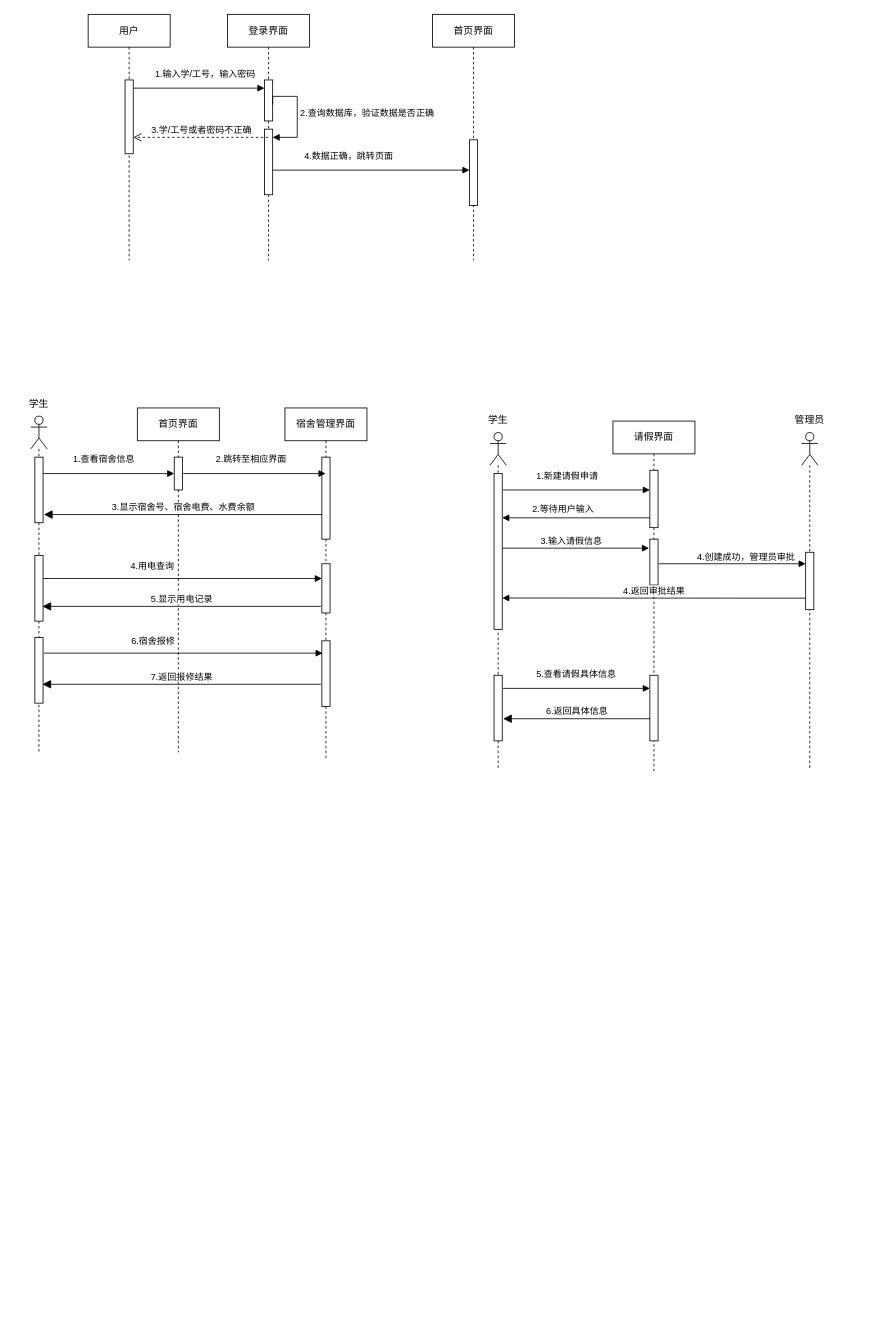
Huangzhu-zhu/- keeps this draw.io diagram as 顺序图（开发组）.drawio. Above is the earlier version. Source tidied: cells renumbered, new cells numbered last; positions are measured from the earlier drawing's top-left corner, leaving out a move shared by most shapes. Both pictures are drawn from the tidied source at 82%, with x=0, y=0 at pixel (14, 14).
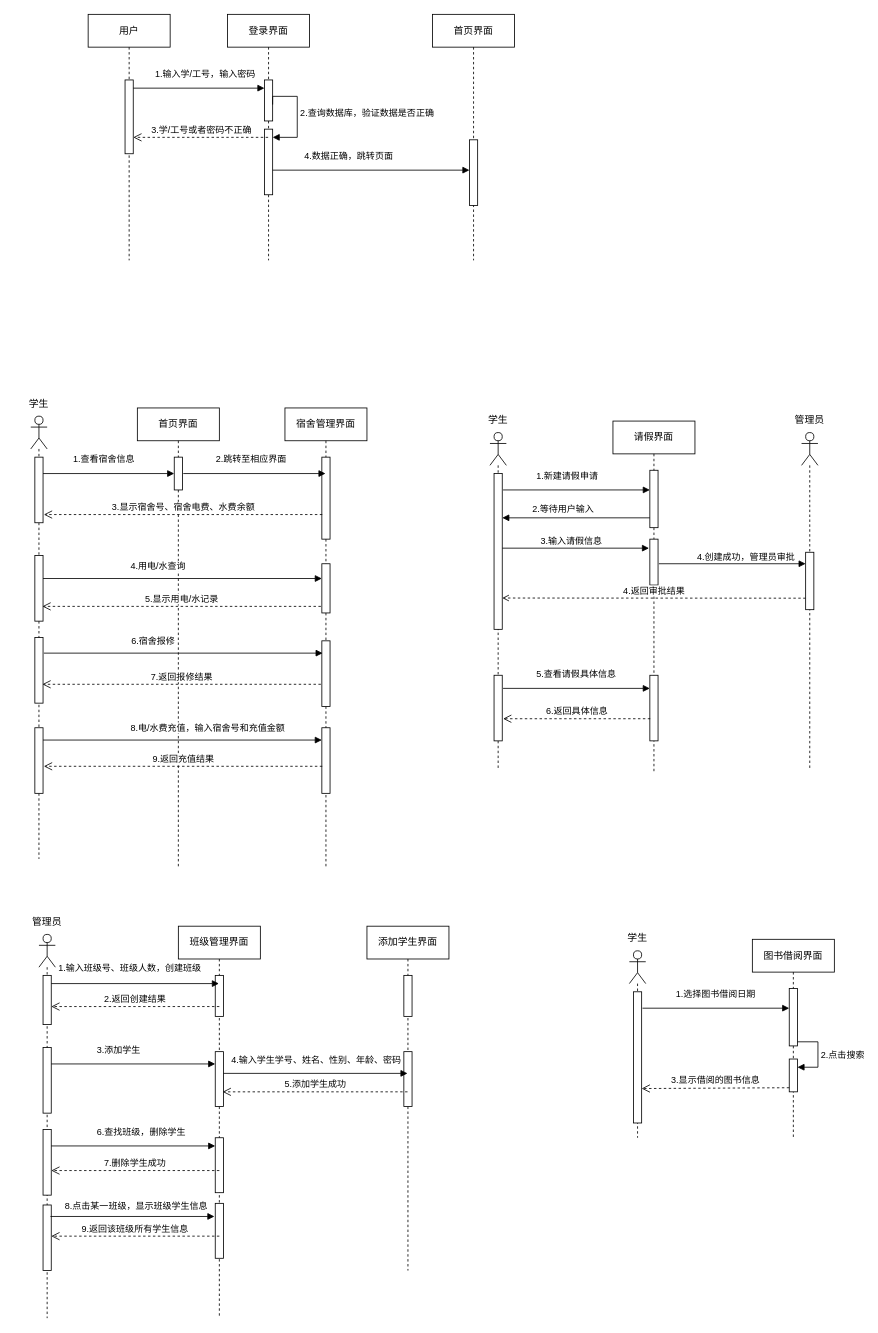
The same diagram, later.

Commit message (it also covers changes not shown here):
更新顺序图（开发组）.drawio

Change to the diagram source:
```diff
@@
     <mxCell id="10" style="shape=umlLifeline;perimeter=lifelinePerimeter;whiteSpace=wrap;html=1;newEdgeStyle={&quot;curved&quot;:0,&quot;rounded&quot;:0};participant=umlActor;" parent="1" vertex="1">
-      <mxGeometry x="20" y="490" width="20" height="410" as="geometry" />
+      <mxGeometry x="20" y="490" width="20" height="540" as="geometry" />
     </mxCell>
@@
+    <mxCell id="49" style="html=1;perimeter=orthogonalPerimeter;targetShapes=umlLifeline;newEdgeStyle={&quot;curved&quot;:0,&quot;rounded&quot;:0};" parent="10" vertex="1">
+      <mxGeometry x="5" y="380" width="10" height="80" as="geometry" />
+    </mxCell>
     <mxCell id="14" value="首页界面" style="shape=umlLifeline;perimeter=lifelinePerimeter;whiteSpace=wrap;html=1;newEdgeStyle={&quot;curved&quot;:0,&quot;rounded&quot;:0};" parent="1" vertex="1">
-      <mxGeometry x="150" y="480" width="100" height="420" as="geometry" />
+      <mxGeometry x="150" y="480" width="100" height="560" as="geometry" />
     </mxCell>
@@
     <mxCell id="17" value="宿舍管理界面" style="shape=umlLifeline;perimeter=lifelinePerimeter;whiteSpace=wrap;html=1;outlineConnect=0;portConstraint=eastwest;newEdgeStyle={&quot;curved&quot;:0,&quot;rounded&quot;:0};" parent="1" vertex="1">
-      <mxGeometry x="330" y="480" width="100" height="430" as="geometry" />
+      <mxGeometry x="330" y="480" width="100" height="560" as="geometry" />
     </mxCell>
@@
+    <mxCell id="50" style="html=1;perimeter=orthogonalPerimeter;targetShapes=umlLifeline;newEdgeStyle={&quot;curved&quot;:0,&quot;rounded&quot;:0};" parent="17" vertex="1">
+      <mxGeometry x="45" y="390" width="10" height="80" as="geometry" />
+    </mxCell>
@@
-    <mxCell id="23" value="3.显示宿舍号、宿舍电费、水费余额" style="html=1;verticalAlign=bottom;endArrow=block;endSize=8;curved=0;rounded=0;endFill=1;" parent="1" edge="1">
+    <mxCell id="23" value="3.显示宿舍号、宿舍电费、水费余额" style="html=1;verticalAlign=bottom;endArrow=open;endSize=8;curved=0;rounded=0;endFill=0;dashed=1;" parent="1" edge="1">
       <mxGeometry relative="1" as="geometry">
         <mxPoint x="375.5" y="610" as="sourcePoint" />
         <mxPoint x="36" y="610" as="targetPoint" />
       </mxGeometry>
     </mxCell>
-    <mxCell id="24" value="4.用电查询" style="endArrow=block;endFill=1;html=1;align=left;verticalAlign=top;rounded=0;" parent="1" edge="1">
+    <mxCell id="24" value="4.用电/水查询" style="endArrow=block;endFill=1;html=1;align=left;verticalAlign=top;rounded=0;" parent="1" edge="1">
       <mxGeometry x="-0.38" y="28" relative="1" as="geometry">
         <mxPoint x="35" y="688" as="sourcePoint" />
         <mxPoint x="375" y="688" as="targetPoint" />
       </mxGeometry>
     </mxCell>
-    <mxCell id="25" value="5.显示用电记录" style="html=1;verticalAlign=bottom;endArrow=block;endSize=8;curved=0;rounded=0;endFill=1;" parent="1" edge="1">
+    <mxCell id="25" value="5.显示用电/水记录" style="html=1;verticalAlign=bottom;endArrow=open;endSize=8;curved=0;rounded=0;endFill=0;dashed=1;" parent="1" edge="1">
       <mxGeometry relative="1" as="geometry">
         <mxPoint x="373.8" y="722" as="sourcePoint" />
         <mxPoint x="34.2" y="722" as="targetPoint" />
       </mxGeometry>
     </mxCell>
@@
-    <mxCell id="27" value="7.返回报修结果" style="html=1;verticalAlign=bottom;endArrow=block;endSize=8;curved=0;rounded=0;endFill=1;" parent="1" edge="1">
+    <mxCell id="27" value="7.返回报修结果" style="html=1;verticalAlign=bottom;endArrow=open;endSize=8;curved=0;rounded=0;endFill=0;dashed=1;" parent="1" edge="1">
       <mxGeometry relative="1" as="geometry">
         <mxPoint x="373.8" y="817" as="sourcePoint" />
         <mxPoint x="34.2" y="817" as="targetPoint" />
       </mxGeometry>
     </mxCell>
@@
-    <mxCell id="37" value="4.返回审批结果" style="html=1;verticalAlign=bottom;endArrow=block;curved=0;rounded=0;endFill=1;" parent="1" edge="1">
+    <mxCell id="37" value="4.返回审批结果" style="html=1;verticalAlign=bottom;endArrow=open;curved=0;rounded=0;endFill=0;dashed=1;" parent="1" edge="1">
       <mxGeometry relative="1" as="geometry">
         <mxPoint x="965" y="712" as="sourcePoint" />
         <mxPoint x="595" y="711.8" as="targetPoint" />
       </mxGeometry>
     </mxCell>
@@
-    <mxCell id="48" value="6.返回具体信息" style="html=1;verticalAlign=bottom;endArrow=block;endSize=8;curved=0;rounded=0;endFill=1;" parent="1" edge="1">
+    <mxCell id="48" value="6.返回具体信息" style="html=1;verticalAlign=bottom;endArrow=open;endSize=8;curved=0;rounded=0;endFill=0;dashed=1;" parent="1" edge="1">
       <mxGeometry relative="1" as="geometry">
         <mxPoint x="775.5" y="859" as="sourcePoint" />
         <mxPoint x="596" y="859" as="targetPoint" />
       </mxGeometry>
     </mxCell>
+    <mxCell id="51" style="shape=umlLifeline;perimeter=lifelinePerimeter;whiteSpace=wrap;html=1;newEdgeStyle={&quot;curved&quot;:0,&quot;rounded&quot;:0};participant=umlActor;" parent="1" vertex="1">
+      <mxGeometry x="30" y="1122" width="20" height="468" as="geometry" />
+    </mxCell>
+    <mxCell id="52" style="html=1;perimeter=orthogonalPerimeter;targetShapes=umlLifeline;newEdgeStyle={&quot;curved&quot;:0,&quot;rounded&quot;:0};" parent="51" vertex="1">
+      <mxGeometry x="5" y="50" width="10" height="60" as="geometry" />
+    </mxCell>
+    <mxCell id="53" style="html=1;points=[[0,0,0,0,5],[0,1,0,0,-5],[1,0,0,0,5],[1,1,0,0,-5]];perimeter=orthogonalPerimeter;outlineConnect=0;targetShapes=umlLifeline;portConstraint=eastwest;newEdgeStyle={&quot;curved&quot;:0,&quot;rounded&quot;:0};" parent="51" vertex="1">
+      <mxGeometry x="5" y="138" width="10" height="80" as="geometry" />
+    </mxCell>
+    <mxCell id="54" style="html=1;perimeter=orthogonalPerimeter;targetShapes=umlLifeline;newEdgeStyle={&quot;curved&quot;:0,&quot;rounded&quot;:0};" parent="51" vertex="1">
+      <mxGeometry x="5" y="238" width="10" height="80" as="geometry" />
+    </mxCell>
+    <mxCell id="55" style="html=1;perimeter=orthogonalPerimeter;targetShapes=umlLifeline;newEdgeStyle={&quot;curved&quot;:0,&quot;rounded&quot;:0};" parent="51" vertex="1">
+      <mxGeometry x="5" y="330" width="10" height="80" as="geometry" />
+    </mxCell>
+    <mxCell id="56" value="管理员" style="text;html=1;strokeColor=none;fillColor=none;align=center;verticalAlign=middle;whiteSpace=wrap;rounded=0;" parent="1" vertex="1">
+      <mxGeometry x="10" y="1092" width="60" height="30" as="geometry" />
+    </mxCell>
+    <mxCell id="57" value="班级管理界面" style="shape=umlLifeline;perimeter=lifelinePerimeter;whiteSpace=wrap;html=1;outlineConnect=0;portConstraint=eastwest;newEdgeStyle={&quot;curved&quot;:0,&quot;rounded&quot;:0};" parent="1" vertex="1">
+      <mxGeometry x="200" y="1112" width="100" height="478" as="geometry" />
+    </mxCell>
+    <mxCell id="58" style="html=1;perimeter=orthogonalPerimeter;targetShapes=umlLifeline;newEdgeStyle={&quot;curved&quot;:0,&quot;rounded&quot;:0};" parent="57" vertex="1">
+      <mxGeometry x="45" y="60" width="10" height="50" as="geometry" />
+    </mxCell>
+    <mxCell id="59" style="html=1;perimeter=orthogonalPerimeter;targetShapes=umlLifeline;newEdgeStyle={&quot;curved&quot;:0,&quot;rounded&quot;:0};" parent="57" vertex="1">
+      <mxGeometry x="45" y="153" width="10" height="67" as="geometry" />
+    </mxCell>
+    <mxCell id="60" style="html=1;perimeter=orthogonalPerimeter;targetShapes=umlLifeline;newEdgeStyle={&quot;curved&quot;:0,&quot;rounded&quot;:0};" parent="57" vertex="1">
+      <mxGeometry x="45" y="258" width="10" height="67" as="geometry" />
+    </mxCell>
+    <mxCell id="61" style="html=1;perimeter=orthogonalPerimeter;targetShapes=umlLifeline;newEdgeStyle={&quot;curved&quot;:0,&quot;rounded&quot;:0};" parent="57" vertex="1">
+      <mxGeometry x="45" y="338" width="10" height="67" as="geometry" />
+    </mxCell>
+    <mxCell id="62" value="8.电/水费充值，输入宿舍号和充值金额" style="endArrow=block;endFill=1;html=1;align=left;verticalAlign=top;rounded=0;" parent="1" edge="1">
+      <mxGeometry x="-0.38" y="28" relative="1" as="geometry">
+        <mxPoint x="35" y="885" as="sourcePoint" />
+        <mxPoint x="375" y="885" as="targetPoint" />
+      </mxGeometry>
+    </mxCell>
+    <mxCell id="63" value="9.返回充值结果" style="html=1;verticalAlign=bottom;endArrow=open;endSize=8;curved=0;rounded=0;endFill=0;dashed=1;" parent="1" edge="1">
+      <mxGeometry relative="1" as="geometry">
+        <mxPoint x="375.5" y="917" as="sourcePoint" />
+        <mxPoint x="36" y="917" as="targetPoint" />
+      </mxGeometry>
+    </mxCell>
+    <mxCell id="64" value="1.输入班级号、班级人数，创建班级" style="endArrow=block;endFill=1;html=1;align=left;verticalAlign=top;rounded=0;" parent="1" edge="1" target="57">
+      <mxGeometry x="-0.93" y="32" relative="1" as="geometry">
+        <mxPoint x="45" y="1182" as="sourcePoint" />
+      </mxGeometry>
+    </mxCell>
+    <mxCell id="65" value="2.返回创建结果" style="html=1;verticalAlign=bottom;endArrow=open;endSize=8;curved=0;rounded=0;endFill=0;dashed=1;" parent="1" edge="1">
+      <mxGeometry relative="1" as="geometry">
+        <mxPoint x="250" y="1210" as="sourcePoint" />
+        <mxPoint x="45" y="1210" as="targetPoint" />
+      </mxGeometry>
+    </mxCell>
+    <mxCell id="66" value="3.添加学生" style="endArrow=block;endFill=1;html=1;align=left;verticalAlign=top;rounded=0;" parent="1" edge="1" source="53">
+      <mxGeometry x="-0.46" y="30" relative="1" as="geometry">
+        <mxPoint x="245" y="1280" as="targetPoint" />
+      </mxGeometry>
+    </mxCell>
+    <mxCell id="67" value="添加学生界面" style="shape=umlLifeline;perimeter=lifelinePerimeter;whiteSpace=wrap;html=1;newEdgeStyle={&quot;curved&quot;:0,&quot;rounded&quot;:0};" parent="1" vertex="1">
+      <mxGeometry x="430" y="1112" width="100" height="420" as="geometry" />
+    </mxCell>
+    <mxCell id="68" style="html=1;perimeter=orthogonalPerimeter;targetShapes=umlLifeline;newEdgeStyle={&quot;curved&quot;:0,&quot;rounded&quot;:0};" parent="67" vertex="1">
+      <mxGeometry x="45" y="60" width="10" height="50" as="geometry" />
+    </mxCell>
+    <mxCell id="69" style="html=1;perimeter=orthogonalPerimeter;targetShapes=umlLifeline;newEdgeStyle={&quot;curved&quot;:0,&quot;rounded&quot;:0};" parent="67" vertex="1">
+      <mxGeometry x="45" y="153" width="10" height="67" as="geometry" />
+    </mxCell>
+    <mxCell id="70" value="4.输入学生学号、姓名、性别、年龄、密码" style="endArrow=block;endFill=1;html=1;align=left;verticalAlign=top;rounded=0;" parent="1" edge="1">
+      <mxGeometry x="-0.93" y="30" relative="1" as="geometry">
+        <mxPoint x="255" y="1291.5" as="sourcePoint" />
+        <mxPoint x="479.5" y="1291.5" as="targetPoint" />
+      </mxGeometry>
+    </mxCell>
+    <mxCell id="71" value="5.添加学生成功" style="html=1;verticalAlign=bottom;endArrow=open;endSize=8;curved=0;rounded=0;endFill=0;dashed=1;" parent="1" edge="1">
+      <mxGeometry relative="1" as="geometry">
+        <mxPoint x="479.5" y="1314" as="sourcePoint" />
+        <mxPoint x="254" y="1314" as="targetPoint" />
+      </mxGeometry>
+    </mxCell>
+    <mxCell id="72" value="6.查找班级，删除学生" style="endArrow=block;endFill=1;html=1;align=left;verticalAlign=top;rounded=0;" parent="1" edge="1">
+      <mxGeometry x="-0.46" y="30" relative="1" as="geometry">
+        <mxPoint x="45" y="1380" as="sourcePoint" />
+        <mxPoint x="245" y="1380" as="targetPoint" />
+      </mxGeometry>
+    </mxCell>
+    <mxCell id="73" value="7.删除学生成功" style="html=1;verticalAlign=bottom;endArrow=open;endSize=8;curved=0;rounded=0;endFill=0;dashed=1;" parent="1" edge="1">
+      <mxGeometry relative="1" as="geometry">
+        <mxPoint x="250" y="1410" as="sourcePoint" />
+        <mxPoint x="45" y="1410" as="targetPoint" />
+      </mxGeometry>
+    </mxCell>
+    <mxCell id="74" value="8.点击某一班级，显示班级学生信息" style="endArrow=block;endFill=1;html=1;align=left;verticalAlign=top;rounded=0;" parent="1" edge="1">
+      <mxGeometry x="-0.84" y="26" relative="1" as="geometry">
+        <mxPoint x="44" y="1466" as="sourcePoint" />
+        <mxPoint x="244" y="1466" as="targetPoint" />
+      </mxGeometry>
+    </mxCell>
+    <mxCell id="75" value="9.返回该班级所有学生信息" style="html=1;verticalAlign=bottom;endArrow=open;endSize=8;curved=0;rounded=0;endFill=0;dashed=1;" parent="1" edge="1">
+      <mxGeometry relative="1" as="geometry">
+        <mxPoint x="250" y="1490" as="sourcePoint" />
+        <mxPoint x="45" y="1490" as="targetPoint" />
+      </mxGeometry>
+    </mxCell>
+    <mxCell id="76" style="shape=umlLifeline;perimeter=lifelinePerimeter;whiteSpace=wrap;html=1;newEdgeStyle={&quot;curved&quot;:0,&quot;rounded&quot;:0};participant=umlActor;" parent="1" vertex="1">
+      <mxGeometry x="750" y="1142" width="20" height="228" as="geometry" />
+    </mxCell>
+    <mxCell id="77" style="html=1;perimeter=orthogonalPerimeter;targetShapes=umlLifeline;newEdgeStyle={&quot;curved&quot;:0,&quot;rounded&quot;:0};" parent="76" vertex="1">
+      <mxGeometry x="5" y="50" width="10" height="160" as="geometry" />
+    </mxCell>
+    <mxCell id="78" value="学生" style="text;html=1;strokeColor=none;fillColor=none;align=center;verticalAlign=middle;whiteSpace=wrap;rounded=0;" parent="1" vertex="1">
+      <mxGeometry x="730" y="1112" width="60" height="30" as="geometry" />
+    </mxCell>
+    <mxCell id="79" value="图书借阅界面" style="shape=umlLifeline;perimeter=lifelinePerimeter;whiteSpace=wrap;html=1;newEdgeStyle={&quot;curved&quot;:0,&quot;rounded&quot;:0};" parent="1" vertex="1">
+      <mxGeometry x="900" y="1128" width="100" height="242" as="geometry" />
+    </mxCell>
+    <mxCell id="80" style="html=1;points=[[0,0,0,0,5],[0,1,0,0,-5],[1,0,0,0,5],[1,1,0,0,-5]];perimeter=orthogonalPerimeter;outlineConnect=0;targetShapes=umlLifeline;portConstraint=eastwest;newEdgeStyle={&quot;curved&quot;:0,&quot;rounded&quot;:0};" parent="79" vertex="1">
+      <mxGeometry x="45" y="60" width="10" height="70" as="geometry" />
+    </mxCell>
+    <mxCell id="81" style="html=1;points=[[0,0,0,0,5],[0,1,0,0,-5],[1,0,0,0,5],[1,1,0,0,-5]];perimeter=orthogonalPerimeter;outlineConnect=0;targetShapes=umlLifeline;portConstraint=eastwest;newEdgeStyle={&quot;curved&quot;:0,&quot;rounded&quot;:0};" parent="79" vertex="1">
+      <mxGeometry x="45" y="146" width="10" height="40" as="geometry" />
+    </mxCell>
+    <mxCell id="82" value="2.点击搜索" style="html=1;align=left;spacingLeft=2;endArrow=block;rounded=0;edgeStyle=orthogonalEdgeStyle;curved=0;rounded=0;exitX=1;exitY=1;exitDx=0;exitDy=-5;exitPerimeter=0;" parent="79" edge="1" source="80" target="81">
+      <mxGeometry relative="1" as="geometry">
+        <Array as="points">
+          <mxPoint x="80" y="125" />
+          <mxPoint x="80" y="156" />
+        </Array>
+      </mxGeometry>
+    </mxCell>
+    <mxCell id="83" value="1.选择图书借阅日期" style="endArrow=block;endFill=1;html=1;align=left;verticalAlign=top;rounded=0;" parent="1" edge="1" target="80">
+      <mxGeometry x="-0.56" y="30" relative="1" as="geometry">
+        <mxPoint x="766" y="1212" as="sourcePoint" />
+      </mxGeometry>
+    </mxCell>
+    <mxCell id="84" value="3.显示借阅的图书信息" style="html=1;verticalAlign=bottom;endArrow=open;endSize=8;curved=0;rounded=0;endFill=0;dashed=1;exitX=0;exitY=1;exitDx=0;exitDy=-5;exitPerimeter=0;" parent="1" edge="1" source="81">
+      <mxGeometry relative="1" as="geometry">
+        <mxPoint x="765" y="1310" as="targetPoint" />
+      </mxGeometry>
+    </mxCell>
```
